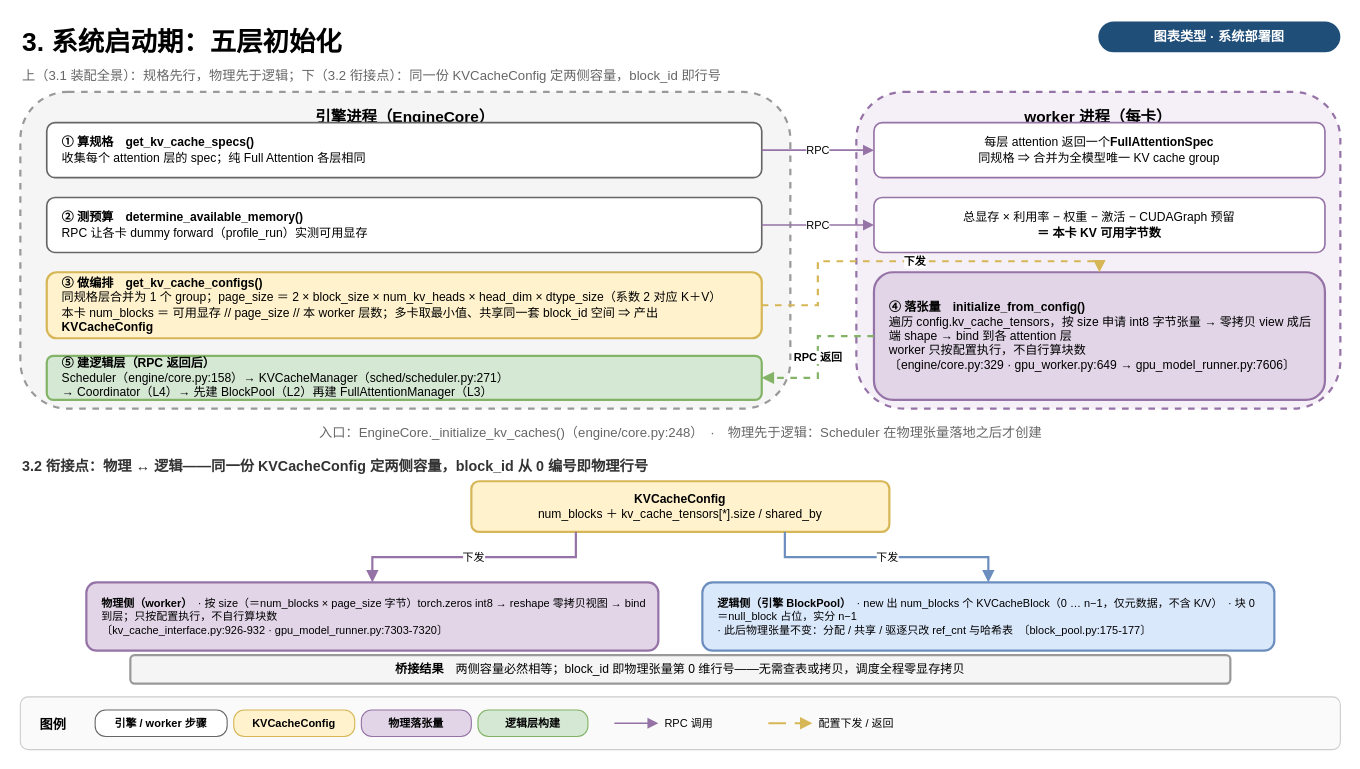
This is page "3-启动期装配与衔接" (3 of 4) of vllm/v1/core/kvcache_draw_ppt_v2/kv_cache_five_layer_arch.drawio from GoCHug/vllm, a draw.io file, before an edit. Source tidied: cells renumbered, new cells numbered last; positions are measured from the earlier drawing's top-left corner, leaving out a move shared by most shapes. Both pictures are drawn from the tidied source at 110%, with x=0, y=0 at pixel (20, 19).
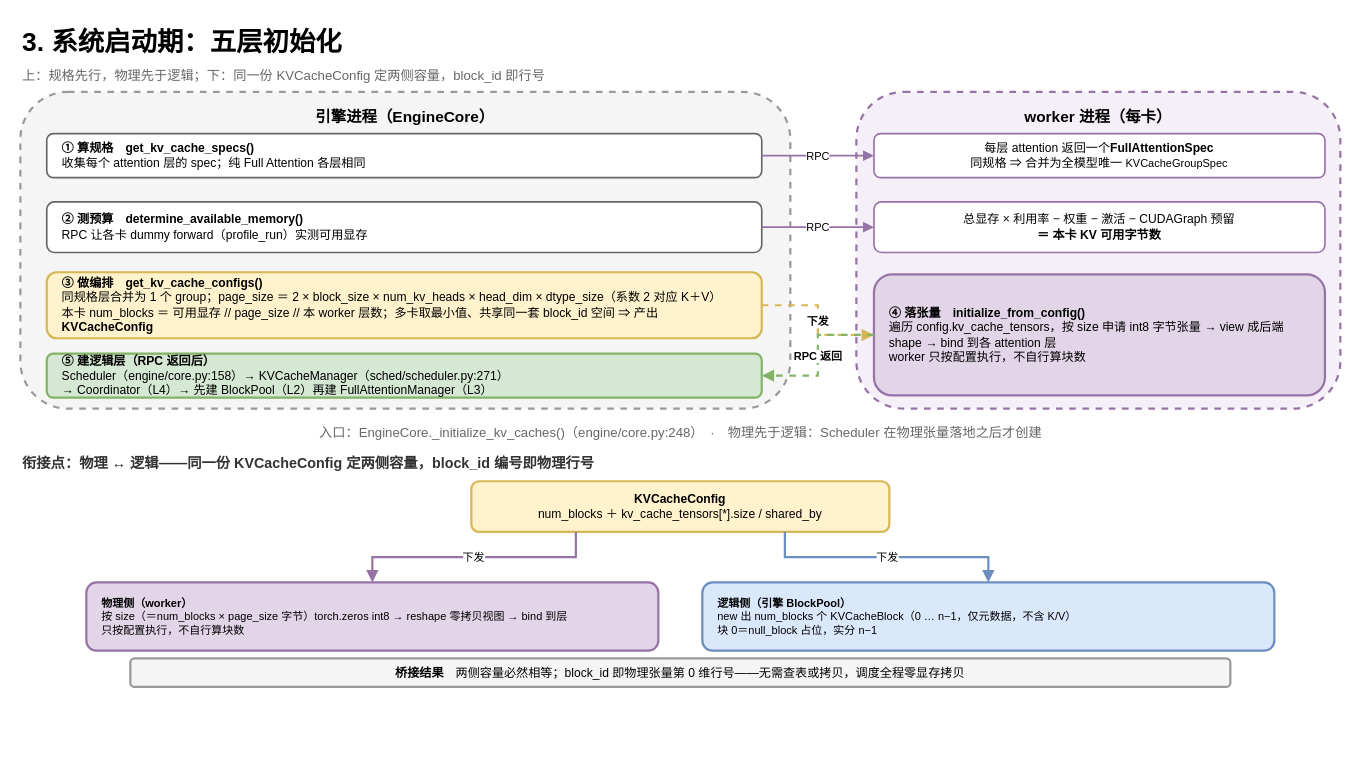
The same page after the edit.

The change refers to these unchanged cells:
```xml
<mxCell id="11" value="&lt;b&gt;③ 做编排　get_kv_cache_configs()&lt;/b&gt;&#10;同规格层合并为 1 个 group；page_size ＝ 2 × block_size × num_kv_heads × head_dim × dtype_size（系数 2 对应 K＋V）&#10;本卡 num_blocks ＝ 可用显存 // page_size // 本 worker 层数；多卡取最小值、共享同一套 block_id 空间 ⇒ 产出 &lt;b&gt;KVCacheConfig&lt;/b&gt;" style="rounded=1;whiteSpace=wrap;html=1;fillColor=#fff2cc;strokeColor=#d6b656;strokeWidth=2;verticalAlign=middle;align=left;spacingLeft=12;spacingRight=10;fontSize=11;" parent="1" vertex="1">
  <mxGeometry x="24" y="230" width="650" height="60" as="geometry" />
</mxCell>
```

The edit, as a diff of the source:
```diff
@@
-    <mxCell id="3" value="图表类型 · 系统部署图" style="rounded=1;arcSize=50;whiteSpace=wrap;html=1;fillColor=#1f4e79;strokeColor=none;fontColor=#ffffff;fontSize=12;fontStyle=1;align=center;" parent="1" vertex="1">
-      <mxGeometry x="980" y="2" width="220" height="28" as="geometry" />
-    </mxCell>
-    <mxCell id="4" value="上（3.1 装配全景）：规格先行，物理先于逻辑；下（3.2 衔接点）：同一份 KVCacheConfig 定两侧容量，block_id 即行号" style="text;html=1;fontSize=12;align=left;fontColor=#666666;" parent="1" vertex="1">
+    <mxCell id="4" value="上：规格先行，物理先于逻辑；下：同一份 KVCacheConfig 定两侧容量，block_id 即行号" style="text;html=1;fontSize=12;align=left;fontColor=#666666;" parent="1" vertex="1">
       <mxGeometry y="38" width="960" height="22" as="geometry" />
     </mxCell>
@@
     <mxCell id="7" value="&lt;b&gt;① 算规格　get_kv_cache_specs()&lt;/b&gt;&#10;收集每个 attention 层的 spec；纯 Full Attention 各层相同" style="rounded=1;whiteSpace=wrap;html=1;fillColor=#ffffff;strokeColor=#666666;strokeWidth=1.5;verticalAlign=middle;align=left;spacingLeft=12;spacingRight=8;fontSize=11;" parent="1" vertex="1">
-      <mxGeometry x="24" y="94" width="650" height="50" as="geometry" />
+      <mxGeometry x="24" y="104" width="650" height="40" as="geometry" />
     </mxCell>
-    <mxCell id="8" value="每层 attention 返回一个&lt;b&gt;FullAttentionSpec&lt;/b&gt;&#10;同规格 ⇒ 合并为全模型唯一 KV cache group" style="rounded=1;whiteSpace=wrap;html=1;fillColor=#ffffff;strokeColor=#9673a6;strokeWidth=1.5;verticalAlign=middle;align=center;fontSize=11;" parent="1" vertex="1">
-      <mxGeometry x="776" y="94" width="410" height="50" as="geometry" />
+    <mxCell id="8" value="每层 attention 返回一个&lt;b&gt;FullAttentionSpec&lt;/b&gt;&lt;br&gt;同规格 ⇒ 合并为全模型唯一&amp;nbsp;&lt;span style=&quot;font-size: 10px; text-align: left;&quot;&gt;KVCacheGroupSpec&lt;/span&gt;" style="rounded=1;whiteSpace=wrap;html=1;fillColor=#ffffff;strokeColor=#9673a6;strokeWidth=1.5;verticalAlign=middle;align=center;fontSize=11;" parent="1" vertex="1">
+      <mxGeometry x="776" y="104" width="410" height="40" as="geometry" />
     </mxCell>
     <mxCell id="9" value="&lt;b&gt;② 测预算　determine_available_memory()&lt;/b&gt;&#10;RPC 让各卡 dummy forward（profile_run）实测可用显存" style="rounded=1;whiteSpace=wrap;html=1;fillColor=#ffffff;strokeColor=#666666;strokeWidth=1.5;verticalAlign=middle;align=left;spacingLeft=12;spacingRight=8;fontSize=11;" parent="1" vertex="1">
-      <mxGeometry x="24" y="162" width="650" height="50" as="geometry" />
+      <mxGeometry x="24" y="166" width="650" height="46" as="geometry" />
     </mxCell>
     <mxCell id="10" value="总显存 × 利用率 − 权重 − 激活 − CUDAGraph 预留&#10;&lt;b&gt;＝ 本卡 KV 可用字节数&lt;/b&gt;" style="rounded=1;whiteSpace=wrap;html=1;fillColor=#ffffff;strokeColor=#9673a6;strokeWidth=1.5;verticalAlign=middle;align=center;fontSize=11;" parent="1" vertex="1">
-      <mxGeometry x="776" y="162" width="410" height="50" as="geometry" />
+      <mxGeometry x="776" y="166" width="410" height="46" as="geometry" />
     </mxCell>
@@
-    <mxCell id="12" value="&lt;b&gt;④ 落张量　initialize_from_config()&lt;/b&gt;&#10;遍历 config.kv_cache_tensors，按 size 申请 int8 字节张量 → 零拷贝 view 成后端 shape → bind 到各 attention 层&#10;worker 只按配置执行，不自行算块数&#10;〔engine/core.py:329 · gpu_worker.py:649 → gpu_model_runner.py:7606〕" style="rounded=1;whiteSpace=wrap;html=1;fillColor=#e1d5e7;strokeColor=#9673a6;strokeWidth=2;verticalAlign=middle;align=left;spacingLeft=12;spacingRight=10;fontSize=11;" parent="1" vertex="1">
-      <mxGeometry x="776" y="230" width="410" height="116" as="geometry" />
+    <mxCell id="12" value="&lt;b&gt;④ 落张量　initialize_from_config()&lt;/b&gt;&lt;br&gt;遍历 config.kv_cache_tensors，按 size 申请 int8 字节张量 → view 成后端 shape → bind 到各 attention 层&lt;br&gt;worker 只按配置执行，不自行算块数" style="rounded=1;whiteSpace=wrap;html=1;fillColor=#e1d5e7;strokeColor=#9673a6;strokeWidth=2;verticalAlign=middle;align=left;spacingLeft=12;spacingRight=10;fontSize=11;" parent="1" vertex="1">
+      <mxGeometry x="776" y="232" width="410" height="110" as="geometry" />
     </mxCell>
     <mxCell id="13" value="&lt;b&gt;⑤ 建逻辑层（RPC 返回后）&lt;/b&gt;&#10;Scheduler（engine/core.py:158）→ KVCacheManager（sched/scheduler.py:271）&#10;→ Coordinator（L4）→ 先建 BlockPool（L2）再建 FullAttentionManager（L3）" style="rounded=1;whiteSpace=wrap;html=1;fillColor=#d5e8d4;strokeColor=#82b366;strokeWidth=2;verticalAlign=middle;align=left;spacingLeft=12;spacingRight=10;fontSize=11;" parent="1" vertex="1">
-      <mxGeometry x="24" y="306" width="650" height="40" as="geometry" />
+      <mxGeometry x="24" y="304" width="650" height="40" as="geometry" />
     </mxCell>
@@
-    <mxCell id="16" value="下发" style="edgeStyle=orthogonalEdgeStyle;html=1;rounded=0;strokeColor=#d6b656;strokeWidth=2;dashed=1;endArrow=block;endFill=1;fontSize=10;fontStyle=1;labelBackgroundColor=#ffffff;exitX=1;exitY=0.5;exitDx=0;exitDy=0;entryX=0.5;entryY=0;entryDx=0;entryDy=0;" parent="1" edge="1" source="11" target="12">
+    <mxCell id="16" value="下发" style="edgeStyle=orthogonalEdgeStyle;html=1;rounded=0;strokeColor=#d6b656;strokeWidth=2;dashed=1;endArrow=block;endFill=1;fontSize=10;fontStyle=1;labelBackgroundColor=#ffffff;exitX=1;exitY=0.5;exitDx=0;exitDy=0;entryX=0;entryY=0.5;entryDx=0;entryDy=0;" parent="1" edge="1" source="11" target="12">
       <mxGeometry relative="1" as="geometry" />
     </mxCell>
@@
-    <mxCell id="19" value="&lt;b&gt;3.2 衔接点：物理 ↔ 逻辑——同一份 KVCacheConfig 定两侧容量，block_id 从 0 编号即物理行号&lt;/b&gt;" style="text;html=1;fontSize=13;align=left;fontColor=#333333;" parent="1" vertex="1">
-      <mxGeometry y="392" width="1200" height="22" as="geometry" />
+    <mxCell id="19" value="&lt;b&gt;衔接点：物理 ↔ 逻辑——同一份 KVCacheConfig 定两侧容量，block_id 编号即物理行号&lt;/b&gt;" style="text;html=1;fontSize=13;align=left;fontColor=#333333;" parent="1" vertex="1">
+      <mxGeometry y="389" width="1200" height="22" as="geometry" />
     </mxCell>
@@
-    <mxCell id="21" value="&lt;b&gt;物理侧（worker）&lt;/b&gt;　· 按 size（＝num_blocks × page_size 字节）torch.zeros int8 → reshape 零拷贝视图 → bind 到层；只按配置执行，不自行算块数&#10;〔kv_cache_interface.py:926-932 · gpu_model_runner.py:7303-7320〕" style="rounded=1;whiteSpace=wrap;html=1;fillColor=#e1d5e7;strokeColor=#9673a6;strokeWidth=2;verticalAlign=middle;align=left;spacingLeft=12;spacingRight=10;fontSize=10;" parent="1" vertex="1">
+    <mxCell id="21" value="&lt;b&gt;物理侧（worker）&lt;/b&gt;&lt;div&gt;按 size（＝num_blocks × page_size 字节）torch.zeros int8 → reshape 零拷贝视图 → bind 到层&lt;/div&gt;&lt;div&gt;只按配置执行，不自行算块数&lt;br&gt;&lt;/div&gt;" style="rounded=1;whiteSpace=wrap;html=1;fillColor=#e1d5e7;strokeColor=#9673a6;strokeWidth=2;verticalAlign=middle;align=left;spacingLeft=12;spacingRight=10;fontSize=10;" parent="1" vertex="1">
       <mxGeometry x="60" y="512" width="520" height="62" as="geometry" />
     </mxCell>
-    <mxCell id="22" value="&lt;b&gt;逻辑侧（引擎 BlockPool）&lt;/b&gt;　· new 出 num_blocks 个 KVCacheBlock（0 … n−1，仅元数据，不含 K/V）　· 块 0＝null_block 占位，实分 n−1&#10;· 此后物理张量不变：分配 / 共享 / 驱逐只改 ref_cnt 与哈希表　〔block_pool.py:175-177〕" style="rounded=1;whiteSpace=wrap;html=1;fillColor=#dae8fc;strokeColor=#6c8ebf;strokeWidth=2;verticalAlign=middle;align=left;spacingLeft=12;spacingRight=10;fontSize=10;" parent="1" vertex="1">
+    <mxCell id="22" value="&lt;b&gt;逻辑侧（引擎 BlockPool）&lt;/b&gt;&lt;div&gt;new 出 num_blocks 个 KVCacheBlock（0 … n−1，仅元数据，不含 K/V）&lt;/div&gt;&lt;div&gt;块 0＝null_block 占位，实分 n−1&lt;/div&gt;" style="rounded=1;whiteSpace=wrap;html=1;fillColor=#dae8fc;strokeColor=#6c8ebf;strokeWidth=2;verticalAlign=middle;align=left;spacingLeft=12;spacingRight=10;fontSize=10;" parent="1" vertex="1">
       <mxGeometry x="620" y="512" width="520" height="62" as="geometry" />
     </mxCell>
@@
     <mxCell id="25" value="&lt;b&gt;桥接结果&lt;/b&gt;　两侧容量必然相等；block_id 即物理张量第 0 维行号——无需查表或拷贝，调度全程零显存拷贝" style="rounded=1;whiteSpace=wrap;html=1;fillColor=#f5f5f5;strokeColor=#999999;strokeWidth=2;verticalAlign=middle;align=center;fontSize=11;" parent="1" vertex="1">
-      <mxGeometry x="100" y="578" width="1000" height="26" as="geometry" />
+      <mxGeometry x="100" y="581" width="1000" height="26" as="geometry" />
     </mxCell>
-    <mxCell id="26" style="rounded=1;whiteSpace=wrap;html=1;fillColor=#fafafa;strokeColor=#cccccc;" parent="1" vertex="1">
-      <mxGeometry y="616" width="1200" height="48" as="geometry" />
-    </mxCell>
-    <mxCell id="27" value="图例" style="text;html=1;fontSize=12;fontStyle=1;align=left;" parent="1" vertex="1">
-      <mxGeometry x="16" y="628" width="44" height="24" as="geometry" />
-    </mxCell>
-    <mxCell id="28" value="引擎 / worker 步骤" style="rounded=1;arcSize=40;whiteSpace=wrap;html=1;fillColor=#ffffff;strokeColor=#666666;fontSize=10;fontStyle=1;align=center;" parent="1" vertex="1">
-      <mxGeometry x="68" y="628" width="120" height="24" as="geometry" />
-    </mxCell>
-    <mxCell id="29" value="KVCacheConfig" style="rounded=1;arcSize=40;whiteSpace=wrap;html=1;fillColor=#fff2cc;strokeColor=#d6b656;fontSize=10;fontStyle=1;align=center;" parent="1" vertex="1">
-      <mxGeometry x="194" y="628" width="110" height="24" as="geometry" />
-    </mxCell>
-    <mxCell id="30" value="物理落张量" style="rounded=1;arcSize=40;whiteSpace=wrap;html=1;fillColor=#e1d5e7;strokeColor=#9673a6;fontSize=10;fontStyle=1;align=center;" parent="1" vertex="1">
-      <mxGeometry x="310" y="628" width="100" height="24" as="geometry" />
-    </mxCell>
-    <mxCell id="31" value="逻辑层构建" style="rounded=1;arcSize=40;whiteSpace=wrap;html=1;fillColor=#d5e8d4;strokeColor=#82b366;fontSize=10;fontStyle=1;align=center;" parent="1" vertex="1">
-      <mxGeometry x="416" y="628" width="100" height="24" as="geometry" />
-    </mxCell>
-    <mxCell id="32" style="endArrow=block;endFill=1;html=1;strokeColor=#9673a6;strokeWidth=1.5;" parent="1" edge="1">
-      <mxGeometry relative="1" as="geometry">
-        <mxPoint x="540" y="640" as="sourcePoint" />
-        <mxPoint x="580" y="640" as="targetPoint" />
-      </mxGeometry>
-    </mxCell>
-    <mxCell id="33" value="RPC 调用" style="text;html=1;fontSize=10;align=left;" parent="1" vertex="1">
-      <mxGeometry x="584" y="628" width="80" height="24" as="geometry" />
-    </mxCell>
-    <mxCell id="34" style="endArrow=block;endFill=1;html=1;strokeColor=#d6b656;strokeWidth=2;dashed=1;dashPattern=8 4;" parent="1" edge="1">
-      <mxGeometry relative="1" as="geometry">
-        <mxPoint x="680" y="640" as="sourcePoint" />
-        <mxPoint x="720" y="640" as="targetPoint" />
-      </mxGeometry>
-    </mxCell>
-    <mxCell id="35" value="配置下发 / 返回" style="text;html=1;fontSize=10;align=left;" parent="1" vertex="1">
-      <mxGeometry x="724" y="628" width="110" height="24" as="geometry" />
-    </mxCell>
```
